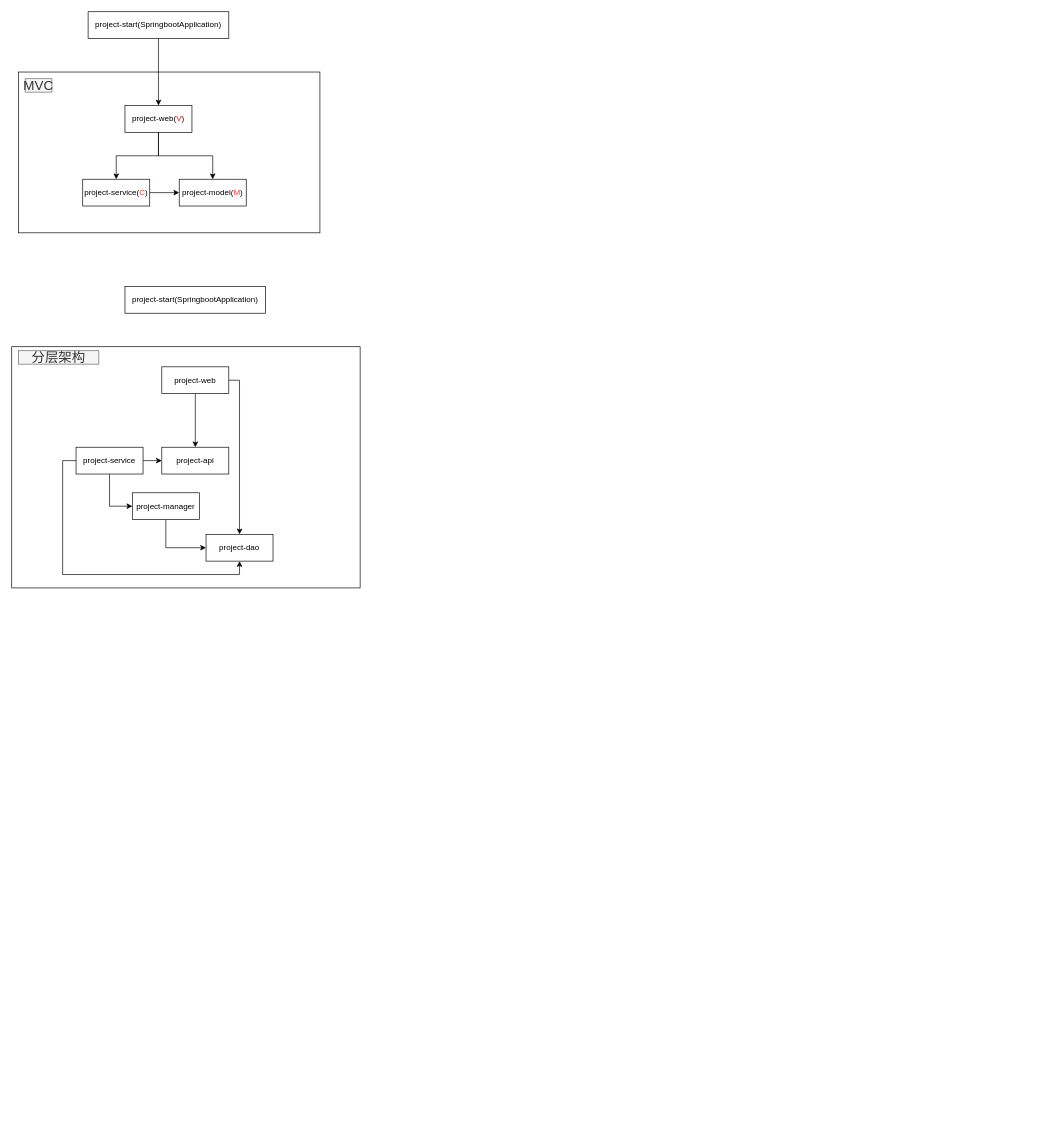
The draw.io diagram architecture/architecture.drawio in jkxyx205/diagrams, before the edit. Source tidied: cells renumbered, new cells numbered last; positions are measured from the earlier drawing's top-left corner, leaving out a move shared by most shapes. Both pictures are drawn from the tidied source at 67%, with x=0, y=0 at pixel (11, 11).
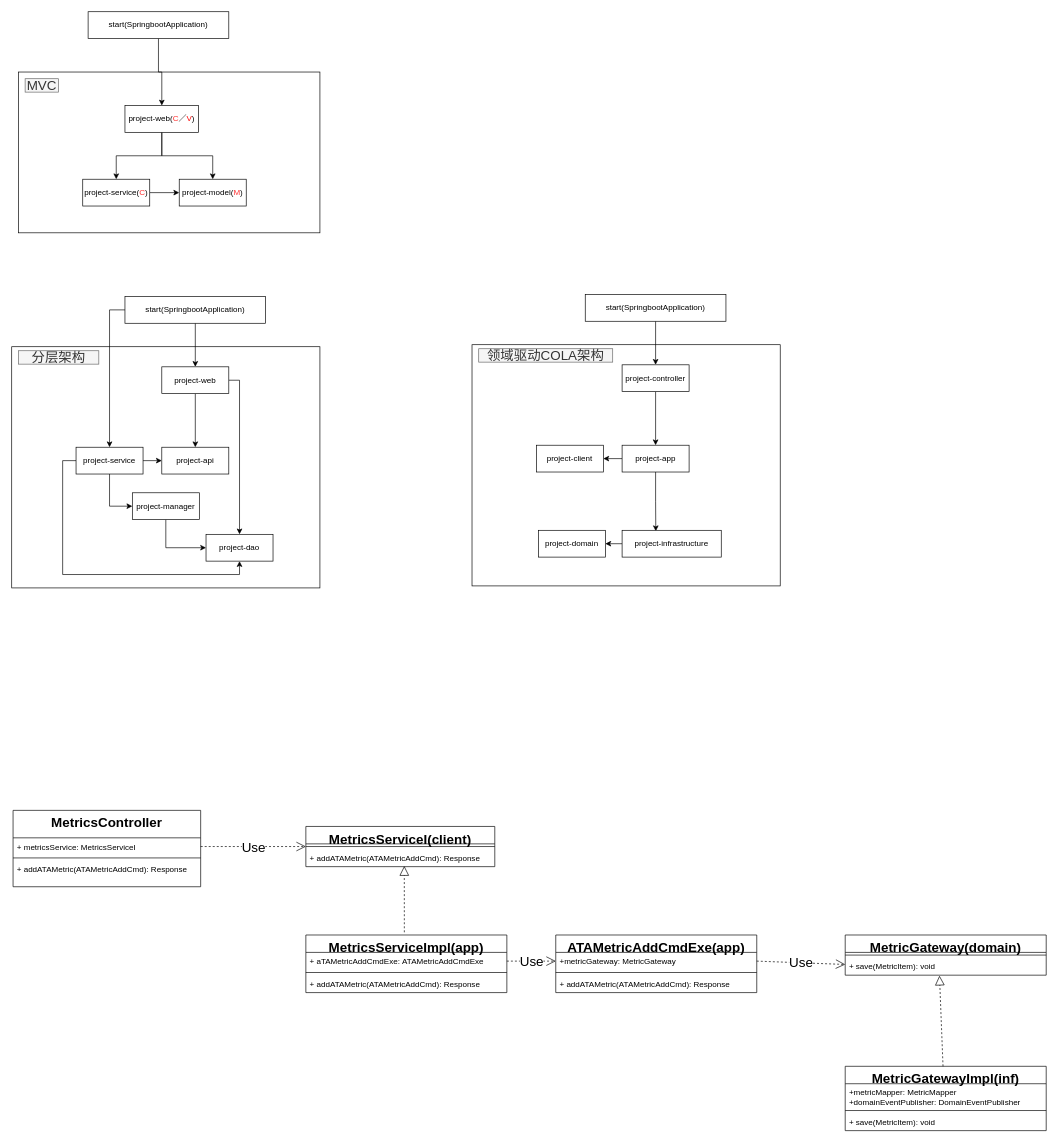
The same page after the edit.

Unchanged cells that the change refers to:
```xml
<mxCell id="16" value="project-web" style="rounded=0;whiteSpace=wrap;html=1;" parent="1" vertex="1">
  <mxGeometry x="224" y="530" width="100" height="40" as="geometry" />
</mxCell>
<mxCell id="23" value="project-service" style="rounded=0;whiteSpace=wrap;html=1;" parent="1" vertex="1">
  <mxGeometry x="96" y="650" width="100" height="40" as="geometry" />
</mxCell>
```

What changed in the source:
```diff
@@
-    <mxCell id="4" value="project-start(SpringbootApplication)" style="rounded=0;whiteSpace=wrap;html=1;" parent="1" vertex="1">
+    <mxCell id="4" value="start(SpringbootApplication)" style="rounded=0;whiteSpace=wrap;html=1;" parent="1" vertex="1">
       <mxGeometry x="114" width="210" height="40" as="geometry" />
     </mxCell>
@@
-    <mxCell id="7" value="project-web(&lt;font color=&quot;#ff0000&quot;&gt;V&lt;/font&gt;)" style="rounded=0;whiteSpace=wrap;html=1;" parent="1" vertex="1">
-      <mxGeometry x="169" y="140" width="100" height="40" as="geometry" />
+    <mxCell id="7" value="project-web(&lt;font color=&quot;#ff3333&quot;&gt;C&lt;/font&gt;／&lt;font color=&quot;#ff0000&quot;&gt;V&lt;/font&gt;)" style="rounded=0;whiteSpace=wrap;html=1;" parent="1" vertex="1">
+      <mxGeometry x="169" y="140" width="110" height="40" as="geometry" />
     </mxCell>
@@
     <mxCell id="11" value="MVC" style="text;html=1;strokeColor=#666666;fillColor=#f5f5f5;align=center;verticalAlign=middle;whiteSpace=wrap;rounded=0;fontSize=20;fontColor=#333333;" parent="1" vertex="1">
-      <mxGeometry x="20" y="100" width="40" height="20" as="geometry" />
+      <mxGeometry x="20" y="100" width="50" height="20" as="geometry" />
     </mxCell>
     <mxCell id="12" style="rounded=0;whiteSpace=wrap;html=1;fontSize=20;" parent="1" vertex="1">
-      <mxGeometry y="500" width="520" height="360" as="geometry" />
+      <mxGeometry y="500" width="460" height="360" as="geometry" />
     </mxCell>
+    <mxCell id="26" style="edgeStyle=orthogonalEdgeStyle;rounded=0;jettySize=auto;html=1;exitX=0.5;exitY=1;exitDx=0;exitDy=0;entryX=0.5;entryY=0;entryDx=0;entryDy=0;fontSize=20;" parent="1" edge="1" source="13" target="16">
+      <mxGeometry relative="1" as="geometry" />
+    </mxCell>
+    <mxCell id="27" style="edgeStyle=orthogonalEdgeStyle;rounded=0;jettySize=auto;html=1;exitX=0;exitY=0.5;exitDx=0;exitDy=0;fontSize=20;" parent="1" edge="1" source="13" target="23">
+      <mxGeometry relative="1" as="geometry" />
+    </mxCell>
-    <mxCell id="13" value="project-start(SpringbootApplication)" style="rounded=0;whiteSpace=wrap;html=1;" parent="1" vertex="1">
-      <mxGeometry x="169" y="410" width="210" height="40" as="geometry" />
+    <mxCell id="13" value="start(SpringbootApplication)" style="rounded=0;whiteSpace=wrap;html=1;" parent="1" vertex="1">
+      <mxGeometry x="169" y="425" width="210" height="40" as="geometry" />
     </mxCell>
@@
+    <mxCell id="28" value="MetricsController" style="swimlane;fontStyle=1;align=center;verticalAlign=top;horizontal=1;startSize=41;fontSize=20;" parent="1" vertex="1">
+      <mxGeometry x="2" y="1192" width="280" height="114" as="geometry" />
+    </mxCell>
+    <mxCell id="29" value="+ metricsService: MetricsServiceI" style="text;strokeColor=none;fillColor=none;align=left;verticalAlign=top;spacingLeft=4;spacingRight=4;overflow=hidden;points=[[0,0.5],[1,0.5]];portConstraint=eastwest;" parent="28" vertex="1">
+      <mxGeometry y="41" width="280" height="26" as="geometry" />
+    </mxCell>
+    <mxCell id="30" style="line;strokeWidth=1;fillColor=none;align=left;verticalAlign=middle;spacingTop=-1;spacingLeft=3;spacingRight=3;labelPosition=right;" parent="28" vertex="1">
+      <mxGeometry y="67" width="280" height="8" as="geometry" />
+    </mxCell>
+    <mxCell id="31" value="+ addATAMetric(ATAMetricAddCmd): Response" style="text;strokeColor=none;fillColor=none;align=left;verticalAlign=top;spacingLeft=4;spacingRight=4;overflow=hidden;" parent="28" vertex="1">
+      <mxGeometry y="75" width="280" height="39" as="geometry" />
+    </mxCell>
+    <mxCell id="32" value="MetricsServiceI(client)" style="swimlane;fontStyle=1;align=center;verticalAlign=top;horizontal=1;startSize=26;fontSize=20;" parent="1" vertex="1">
+      <mxGeometry x="439" y="1216" width="282" height="60" as="geometry" />
+    </mxCell>
+    <mxCell id="33" style="line;strokeWidth=1;fillColor=none;align=left;verticalAlign=middle;spacingTop=-1;spacingLeft=3;spacingRight=3;labelPosition=right;" parent="32" vertex="1">
+      <mxGeometry y="26" width="282" height="8" as="geometry" />
+    </mxCell>
+    <mxCell id="34" value="+ addATAMetric(ATAMetricAddCmd): Response" style="text;strokeColor=none;fillColor=none;align=left;verticalAlign=top;spacingLeft=4;spacingRight=4;overflow=hidden;points=[[0,0.5],[1,0.5]];portConstraint=eastwest;" parent="32" vertex="1">
+      <mxGeometry y="34" width="282" height="26" as="geometry" />
+    </mxCell>
+    <mxCell id="35" value="Use" style="endArrow=open;endSize=12;dashed=1;html=1;fontSize=20;entryX=0;entryY=0.5;entryDx=0;entryDy=0;exitX=1;exitY=0.5;exitDx=0;exitDy=0;" parent="1" edge="1" source="29" target="32">
+      <mxGeometry relative="1" as="geometry" />
+    </mxCell>
+    <mxCell id="36" value="MetricsServiceImpl(app)" style="swimlane;fontStyle=1;align=center;verticalAlign=top;horizontal=1;startSize=26;fontSize=20;" parent="1" vertex="1">
+      <mxGeometry x="439" y="1378" width="300" height="86" as="geometry" />
+    </mxCell>
+    <mxCell id="37" value="+ aTAMetricAddCmdExe: ATAMetricAddCmdExe" style="text;strokeColor=none;fillColor=none;align=left;verticalAlign=top;spacingLeft=4;spacingRight=4;overflow=hidden;points=[[0,0.5],[1,0.5]];portConstraint=eastwest;" parent="36" vertex="1">
+      <mxGeometry y="26" width="300" height="26" as="geometry" />
+    </mxCell>
+    <mxCell id="38" style="line;strokeWidth=1;fillColor=none;align=left;verticalAlign=middle;spacingTop=-1;spacingLeft=3;spacingRight=3;labelPosition=right;" parent="36" vertex="1">
+      <mxGeometry y="52" width="300" height="8" as="geometry" />
+    </mxCell>
+    <mxCell id="39" value="+ addATAMetric(ATAMetricAddCmd): Response" style="text;strokeColor=none;fillColor=none;align=left;verticalAlign=top;spacingLeft=4;spacingRight=4;overflow=hidden;" parent="36" vertex="1">
+      <mxGeometry y="60" width="300" height="26" as="geometry" />
+    </mxCell>
+    <mxCell id="40" value="ATAMetricAddCmdExe(app)" style="swimlane;fontStyle=1;align=center;verticalAlign=top;horizontal=1;startSize=26;fontSize=20;" parent="1" vertex="1">
+      <mxGeometry x="812" y="1378" width="300" height="86" as="geometry" />
+    </mxCell>
+    <mxCell id="41" value="+metricGateway: MetricGateway" style="text;strokeColor=none;fillColor=none;align=left;verticalAlign=top;spacingLeft=4;spacingRight=4;overflow=hidden;points=[[0,0.5],[1,0.5]];portConstraint=eastwest;" parent="40" vertex="1">
+      <mxGeometry y="26" width="300" height="26" as="geometry" />
+    </mxCell>
+    <mxCell id="42" style="line;strokeWidth=1;fillColor=none;align=left;verticalAlign=middle;spacingTop=-1;spacingLeft=3;spacingRight=3;labelPosition=right;" parent="40" vertex="1">
+      <mxGeometry y="52" width="300" height="8" as="geometry" />
+    </mxCell>
+    <mxCell id="43" value="+ addATAMetric(ATAMetricAddCmd): Response" style="text;strokeColor=none;fillColor=none;align=left;verticalAlign=top;spacingLeft=4;spacingRight=4;overflow=hidden;" parent="40" vertex="1">
+      <mxGeometry y="60" width="300" height="26" as="geometry" />
+    </mxCell>
+    <mxCell id="44" style="endArrow=block;dashed=1;endFill=0;endSize=12;html=1;fontSize=20;entryX=0.521;entryY=0.962;entryDx=0;entryDy=0;entryPerimeter=0;" parent="1" edge="1" target="34">
+      <mxGeometry relative="1" as="geometry">
+        <mxPoint x="586" y="1374" as="sourcePoint" />
+      </mxGeometry>
+    </mxCell>
+    <mxCell id="45" value="Use" style="endArrow=open;endSize=12;dashed=1;html=1;fontSize=20;exitX=1;exitY=0.5;exitDx=0;exitDy=0;entryX=0;entryY=0.5;entryDx=0;entryDy=0;" parent="1" edge="1" source="37" target="41">
+      <mxGeometry relative="1" as="geometry" />
+    </mxCell>
+    <mxCell id="46" value="MetricGateway(domain)" style="swimlane;fontStyle=1;align=center;verticalAlign=top;horizontal=1;startSize=26;fontSize=20;" parent="1" vertex="1">
+      <mxGeometry x="1244" y="1378" width="300" height="60" as="geometry" />
+    </mxCell>
+    <mxCell id="47" style="line;strokeWidth=1;fillColor=none;align=left;verticalAlign=middle;spacingTop=-1;spacingLeft=3;spacingRight=3;labelPosition=right;" parent="46" vertex="1">
+      <mxGeometry y="26" width="300" height="8" as="geometry" />
+    </mxCell>
+    <mxCell id="48" value="+ save(MetricItem): void" style="text;strokeColor=none;fillColor=none;align=left;verticalAlign=top;spacingLeft=4;spacingRight=4;overflow=hidden;points=[[0,0.5],[1,0.5]];portConstraint=eastwest;" parent="46" vertex="1">
+      <mxGeometry y="34" width="300" height="26" as="geometry" />
+    </mxCell>
+    <mxCell id="49" value="Use" style="endArrow=open;endSize=12;dashed=1;html=1;fontSize=20;entryX=0;entryY=0.5;entryDx=0;entryDy=0;exitX=1;exitY=0.5;exitDx=0;exitDy=0;" parent="1" edge="1" source="41">
+      <mxGeometry relative="1" as="geometry">
+        <mxPoint x="1244" y="1422" as="targetPoint" />
+      </mxGeometry>
+    </mxCell>
+    <mxCell id="50" value="MetricGatewayImpl(inf)" style="swimlane;fontStyle=1;align=center;verticalAlign=top;horizontal=1;startSize=26;fontSize=20;" parent="1" vertex="1">
+      <mxGeometry x="1244" y="1574" width="300" height="96" as="geometry" />
+    </mxCell>
+    <mxCell id="51" value="+metricMapper: MetricMapper&#10;+domainEventPublisher: DomainEventPublisher" style="text;strokeColor=none;fillColor=none;align=left;verticalAlign=top;spacingLeft=4;spacingRight=4;overflow=hidden;" parent="50" vertex="1">
+      <mxGeometry y="26" width="300" height="36" as="geometry" />
+    </mxCell>
+    <mxCell id="52" style="line;strokeWidth=1;fillColor=none;align=left;verticalAlign=middle;spacingTop=-1;spacingLeft=3;spacingRight=3;labelPosition=right;" parent="50" vertex="1">
+      <mxGeometry y="62" width="300" height="8" as="geometry" />
+    </mxCell>
+    <mxCell id="53" value="+ save(MetricItem): void" style="text;strokeColor=none;fillColor=none;align=left;verticalAlign=top;spacingLeft=4;spacingRight=4;overflow=hidden;" parent="50" vertex="1">
+      <mxGeometry y="70" width="300" height="26" as="geometry" />
+    </mxCell>
+    <mxCell id="54" style="endArrow=block;dashed=1;endFill=0;endSize=12;html=1;fontSize=20;entryX=0.469;entryY=1.026;entryDx=0;entryDy=0;entryPerimeter=0;" parent="1" edge="1" target="48">
+      <mxGeometry relative="1" as="geometry">
+        <mxPoint x="1390" y="1574" as="sourcePoint" />
+      </mxGeometry>
+    </mxCell>
+    <mxCell id="55" style="rounded=0;whiteSpace=wrap;html=1;fontSize=20;" parent="1" vertex="1">
+      <mxGeometry x="687" y="497" width="460" height="360" as="geometry" />
+    </mxCell>
+    <mxCell id="56" style="edgeStyle=orthogonalEdgeStyle;rounded=0;jettySize=auto;html=1;exitX=0.5;exitY=1;exitDx=0;exitDy=0;entryX=0.5;entryY=0;entryDx=0;entryDy=0;fontSize=20;" parent="1" edge="1" source="57" target="59">
+      <mxGeometry relative="1" as="geometry" />
+    </mxCell>
+    <mxCell id="57" value="start(SpringbootApplication)" style="rounded=0;whiteSpace=wrap;html=1;" parent="1" vertex="1">
+      <mxGeometry x="856" y="422" width="210" height="40" as="geometry" />
+    </mxCell>
+    <mxCell id="58" style="edgeStyle=orthogonalEdgeStyle;rounded=0;jettySize=auto;html=1;exitX=0.5;exitY=1;exitDx=0;exitDy=0;entryX=0.5;entryY=0;entryDx=0;entryDy=0;" parent="1" edge="1" source="59" target="62">
+      <mxGeometry relative="1" as="geometry" />
+    </mxCell>
+    <mxCell id="59" value="project-controller" style="rounded=0;whiteSpace=wrap;html=1;" parent="1" vertex="1">
+      <mxGeometry x="911" y="527" width="100" height="40" as="geometry" />
+    </mxCell>
+    <mxCell id="60" style="edgeStyle=orthogonalEdgeStyle;rounded=0;jettySize=auto;html=1;exitX=0;exitY=0.5;exitDx=0;exitDy=0;entryX=1;entryY=0.5;entryDx=0;entryDy=0;fontSize=20;" parent="1" edge="1" source="62" target="66">
+      <mxGeometry relative="1" as="geometry" />
+    </mxCell>
+    <mxCell id="61" style="edgeStyle=orthogonalEdgeStyle;rounded=0;jettySize=auto;html=1;exitX=0.5;exitY=1;exitDx=0;exitDy=0;entryX=0.34;entryY=0.033;entryDx=0;entryDy=0;entryPerimeter=0;fontSize=20;" parent="1" edge="1" source="62" target="64">
+      <mxGeometry relative="1" as="geometry" />
+    </mxCell>
+    <mxCell id="62" value="project-app" style="rounded=0;whiteSpace=wrap;html=1;" parent="1" vertex="1">
+      <mxGeometry x="911" y="647" width="100" height="40" as="geometry" />
+    </mxCell>
+    <mxCell id="63" style="edgeStyle=orthogonalEdgeStyle;rounded=0;jettySize=auto;html=1;exitX=0;exitY=0.5;exitDx=0;exitDy=0;entryX=1;entryY=0.5;entryDx=0;entryDy=0;fontSize=20;" parent="1" edge="1" source="64" target="67">
+      <mxGeometry relative="1" as="geometry" />
+    </mxCell>
+    <mxCell id="64" value="project-infrastructure" style="rounded=0;whiteSpace=wrap;html=1;" parent="1" vertex="1">
+      <mxGeometry x="911" y="774" width="148" height="40" as="geometry" />
+    </mxCell>
+    <mxCell id="65" value="领域驱动COLA架构" style="text;html=1;strokeColor=#666666;fillColor=#f5f5f5;align=center;verticalAlign=middle;whiteSpace=wrap;rounded=0;fontSize=20;fontColor=#333333;" parent="1" vertex="1">
+      <mxGeometry x="697" y="503" width="200" height="20" as="geometry" />
+    </mxCell>
+    <mxCell id="66" value="project-client" style="rounded=0;whiteSpace=wrap;html=1;" parent="1" vertex="1">
+      <mxGeometry x="783" y="647" width="100" height="40" as="geometry" />
+    </mxCell>
+    <mxCell id="67" value="project-domain" style="rounded=0;whiteSpace=wrap;html=1;" parent="1" vertex="1">
+      <mxGeometry x="786" y="774" width="100" height="40" as="geometry" />
+    </mxCell>
```
